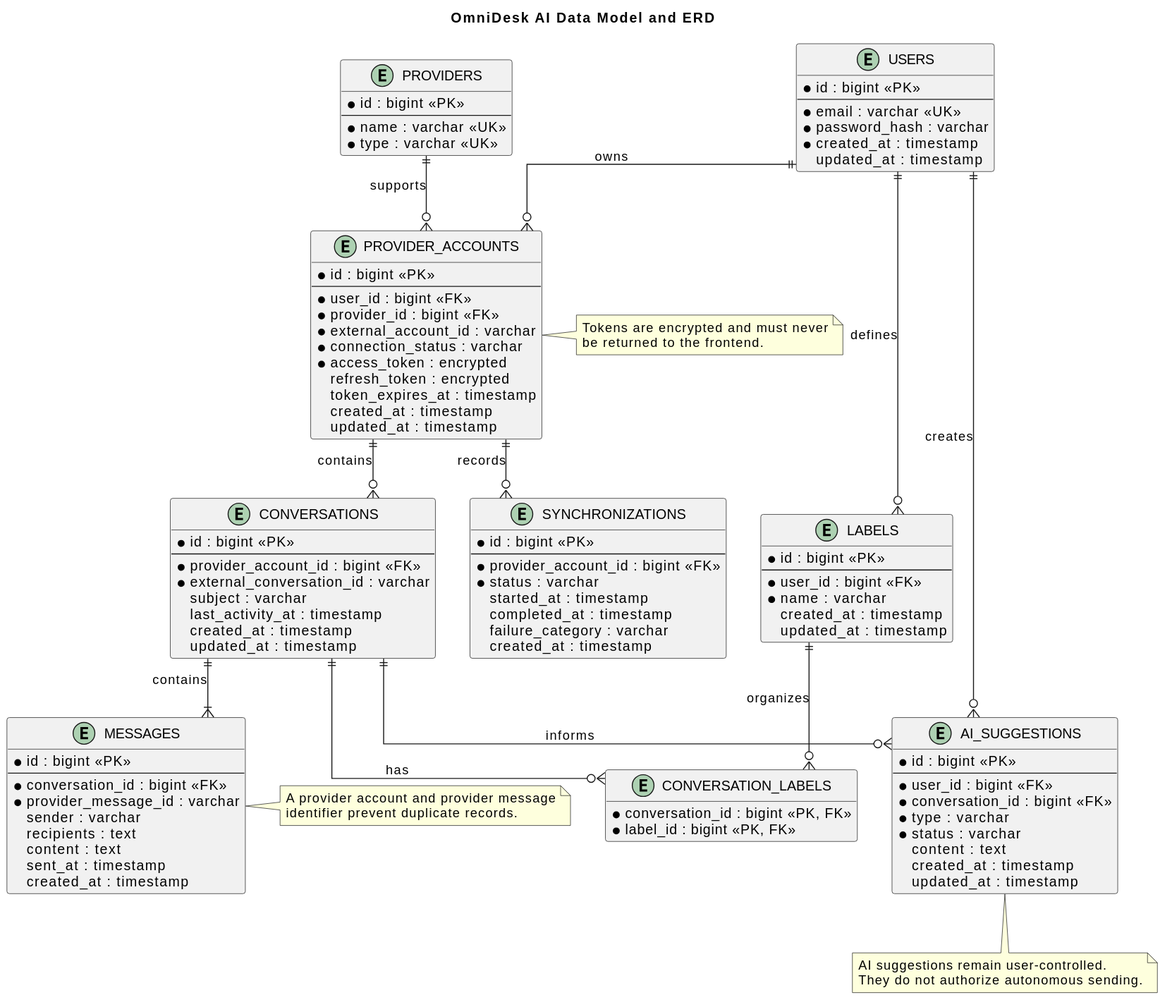
Farhad-Valizadegan/Web-OmniDesk keeps this PlantUML diagram as docs/SDLC/04-system-design/diagrams/data-model-and-erd.svg. Above is the earlier version. The source it was exported from:
```plantuml
@startuml
title OmniDesk AI Data Model and ERD

hide methods
hide stereotypes
skinparam linetype ortho

entity "USERS" as Users {
  * id : bigint <<PK>>
  --
  * email : varchar <<UK>>
  * password_hash : varchar
  * created_at : timestamp
  updated_at : timestamp
}

entity "PROVIDERS" as Providers {
  * id : bigint <<PK>>
  --
  * name : varchar <<UK>>
  * type : varchar <<UK>>
}

entity "PROVIDER_ACCOUNTS" as ProviderAccounts {
  * id : bigint <<PK>>
  --
  * user_id : bigint <<FK>>
  * provider_id : bigint <<FK>>
  * external_account_id : varchar
  * connection_status : varchar
  * access_token : encrypted
  refresh_token : encrypted
  token_expires_at : timestamp
  created_at : timestamp
  updated_at : timestamp
}

entity "CONVERSATIONS" as Conversations {
  * id : bigint <<PK>>
  --
  * provider_account_id : bigint <<FK>>
  * external_conversation_id : varchar
  subject : varchar
  last_activity_at : timestamp
  created_at : timestamp
  updated_at : timestamp
}

entity "MESSAGES" as Messages {
  * id : bigint <<PK>>
  --
  * conversation_id : bigint <<FK>>
  * provider_message_id : varchar
  sender : varchar
  recipients : text
  content : text
  sent_at : timestamp
  created_at : timestamp
}

entity "LABELS" as Labels {
  * id : bigint <<PK>>
  --
  * user_id : bigint <<FK>>
  * name : varchar
  created_at : timestamp
  updated_at : timestamp
}

entity "CONVERSATION_LABELS" as ConversationLabels {
  * conversation_id : bigint <<PK, FK>>
  * label_id : bigint <<PK, FK>>
}

entity "SYNCHRONIZATIONS" as Synchronizations {
  * id : bigint <<PK>>
  --
  * provider_account_id : bigint <<FK>>
  * status : varchar
  started_at : timestamp
  completed_at : timestamp
  failure_category : varchar
  created_at : timestamp
}

entity "AI_SUGGESTIONS" as AISuggestions {
  * id : bigint <<PK>>
  --
  * user_id : bigint <<FK>>
  * conversation_id : bigint <<FK>>
  * type : varchar
  * status : varchar
  content : text
  created_at : timestamp
  updated_at : timestamp
}

Users ||--o{ ProviderAccounts : owns
Providers ||--o{ ProviderAccounts : supports
ProviderAccounts ||--o{ Conversations : contains
Conversations ||--|{ Messages : contains
Users ||--o{ Labels : defines
Conversations ||--o{ ConversationLabels : has
Labels ||--o{ ConversationLabels : organizes
ProviderAccounts ||--o{ Synchronizations : records
Users ||--o{ AISuggestions : creates
Conversations ||--o{ AISuggestions : informs

note right of ProviderAccounts
Tokens are encrypted and must never
be returned to the frontend.
end note

note right of Messages
A provider account and provider message
identifier prevent duplicate records.
end note

note bottom of AISuggestions
AI suggestions remain user-controlled.
They do not authorize autonomous sending.
end note
@enduml
```
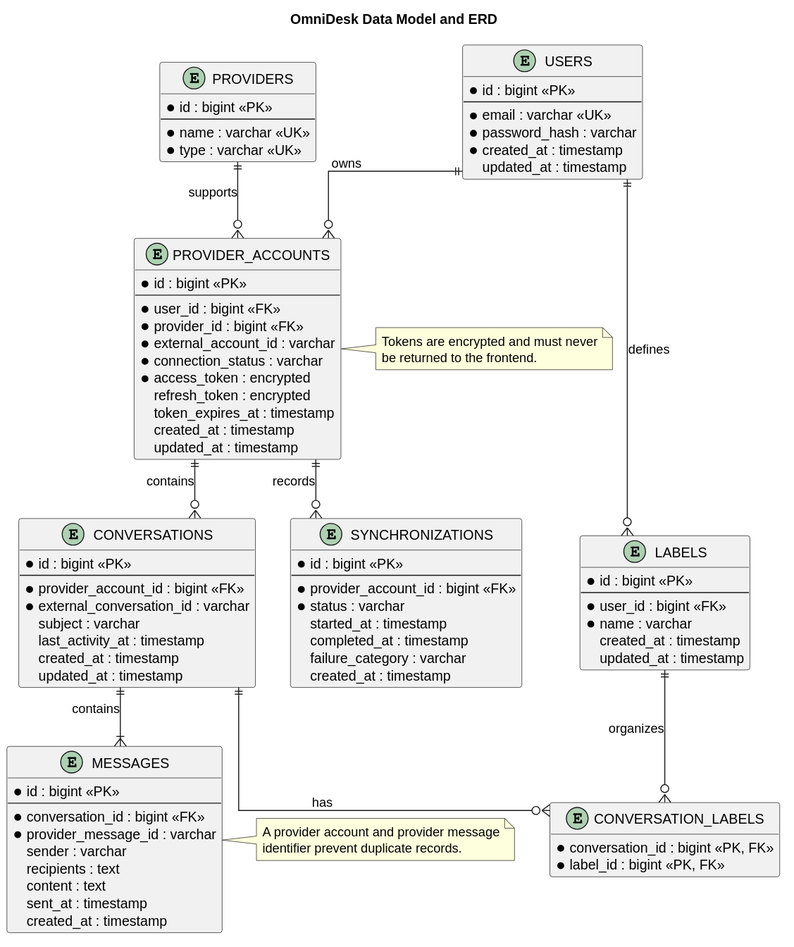
Later version of the same file.

What changed in the source:
```diff
@@ -1,5 +1,5 @@
 @startuml
-title OmniDesk AI Data Model and ERD
+title OmniDesk Data Model and ERD
 
 hide methods
 hide stereotypes
@@ -83,18 +83,6 @@
   created_at : timestamp
 }
 
-entity "AI_SUGGESTIONS" as AISuggestions {
-  * id : bigint <<PK>>
-  --
-  * user_id : bigint <<FK>>
-  * conversation_id : bigint <<FK>>
-  * type : varchar
-  * status : varchar
-  content : text
-  created_at : timestamp
-  updated_at : timestamp
-}
-
 Users ||--o{ ProviderAccounts : owns
 Providers ||--o{ ProviderAccounts : supports
 ProviderAccounts ||--o{ Conversations : contains
@@ -103,8 +91,6 @@
 Conversations ||--o{ ConversationLabels : has
 Labels ||--o{ ConversationLabels : organizes
 ProviderAccounts ||--o{ Synchronizations : records
-Users ||--o{ AISuggestions : creates
-Conversations ||--o{ AISuggestions : informs
 
 note right of ProviderAccounts
 Tokens are encrypted and must never
@@ -115,9 +101,4 @@
 A provider account and provider message
 identifier prevent duplicate records.
 end note
-
-note bottom of AISuggestions
-AI suggestions remain user-controlled.
-They do not authorize autonomous sending.
-end note
 @enduml
```
